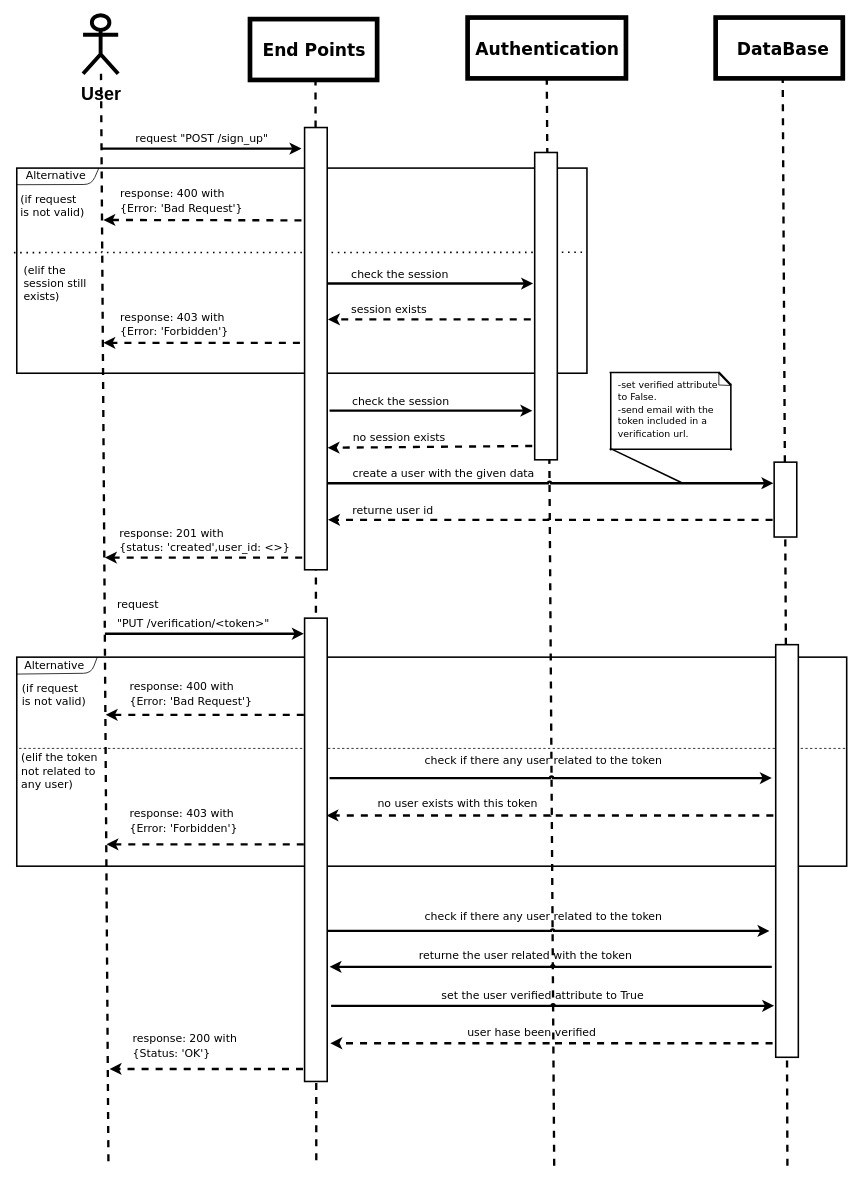
Before: UML/sequence_diagram/sign_up_digram.dio in Kolapo-code/Booker, a draw.io diagram. Source tidied: cells renumbered, new cells numbered last; positions are measured from the earlier drawing's top-left corner, leaving out a move shared by most shapes. Both pictures are drawn from the tidied source at 78%, with x=0, y=0 at pixel (16, 15).
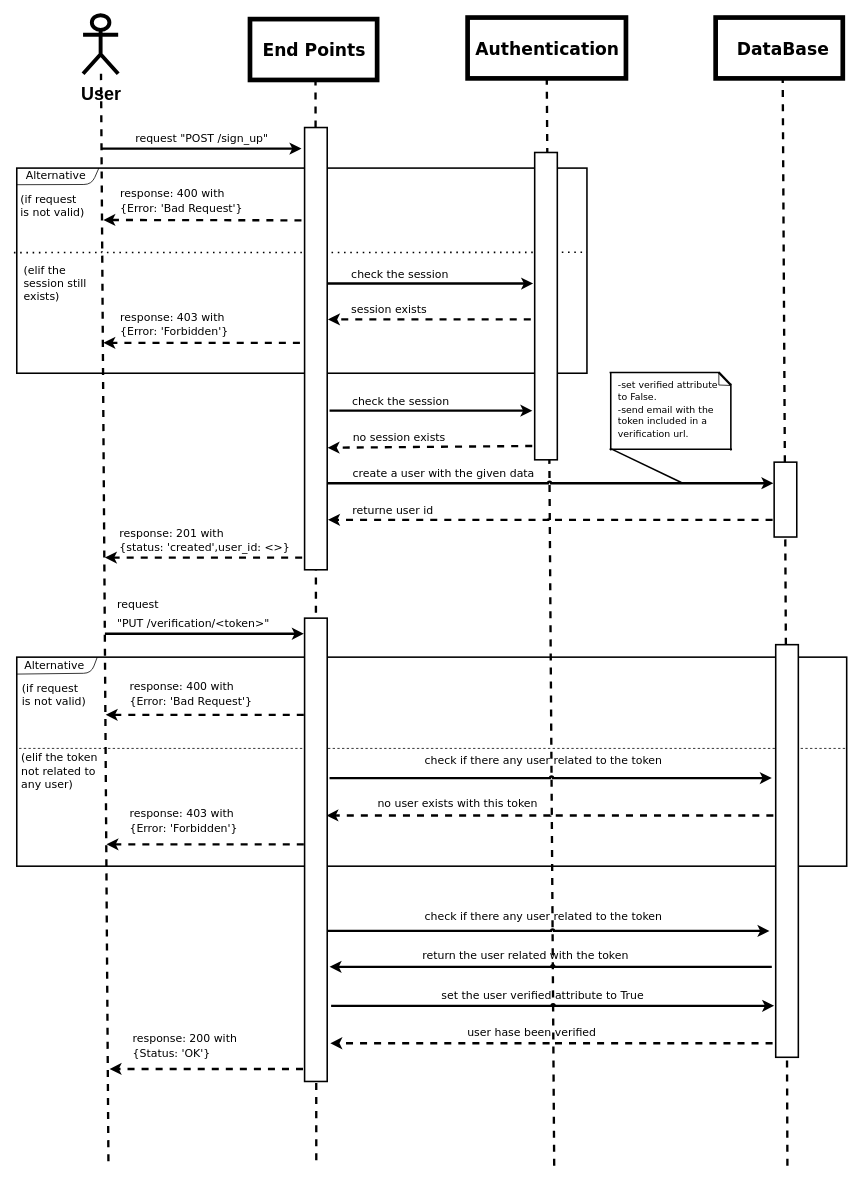
The same diagram, later.

Diff of the diagram source:
```diff
@@
-    <mxCell id="72" value="&lt;font face=&quot;Verdana&quot;&gt;&lt;span style=&quot;font-size: 14px;&quot;&gt;returne the user related with the token&lt;/span&gt;&lt;/font&gt;" style="text;html=1;align=center;verticalAlign=middle;strokeColor=none;fillColor=none;fontSize=22;fontColor=#000000;" parent="1" vertex="1">
-      <mxGeometry x="505" y="1184" width="293" height="39" as="geometry" />
+    <mxCell id="72" value="&lt;font face=&quot;Verdana&quot;&gt;&lt;span style=&quot;font-size: 14px;&quot;&gt;return the user related with the token&lt;/span&gt;&lt;/font&gt;" style="text;html=1;align=center;verticalAlign=middle;strokeColor=none;fillColor=none;fontSize=22;fontColor=#000000;" parent="1" vertex="1">
+      <mxGeometry x="509" y="1184" width="285" height="39" as="geometry" />
     </mxCell>
```
